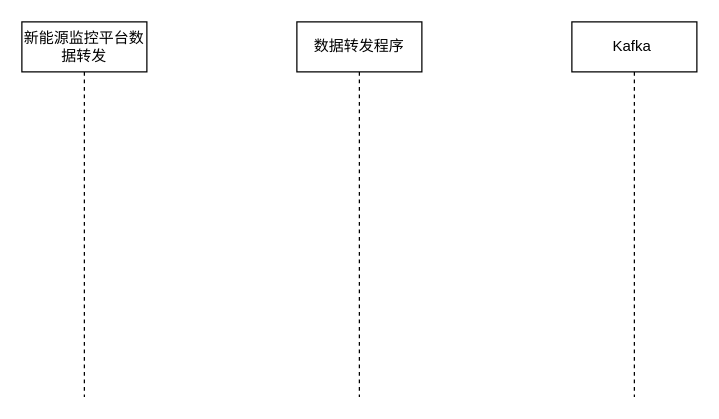
chenqian1995/log keeps this draw.io diagram as Untitled Diagram.drawio. Above is the earlier version. Source tidied: cells renumbered, new cells numbered last; positions are measured from the earlier drawing's top-left corner, leaving out a move shared by most shapes. Both pictures are drawn from the tidied source at 125%, with x=0, y=0 at pixel (21, 21).
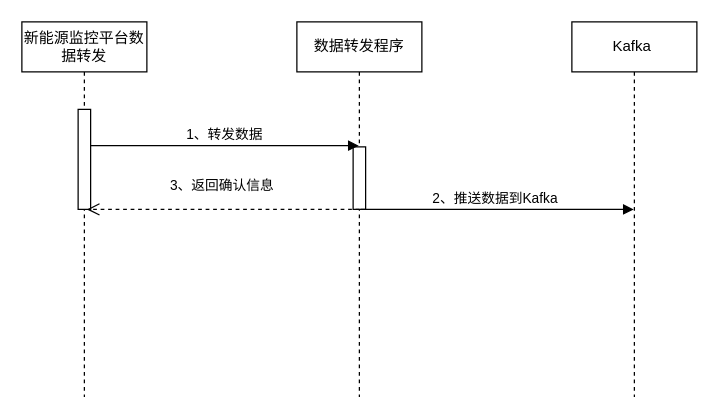
Above is the later version.

What changed in the source:
```diff
@@
 <mxGraphModel>
   <root>
     <mxCell id="0" />
     <mxCell id="1" parent="0" />
     <mxCell id="2" value="数据转发程序" style="shape=umlLifeline;perimeter=lifelinePerimeter;whiteSpace=wrap;html=1;outlineConnect=0;" parent="1" vertex="1">
       <mxGeometry x="220" width="100" height="300" as="geometry" />
     </mxCell>
+    <mxCell id="5" style="html=1;points=[];perimeter=orthogonalPerimeter;" parent="2" vertex="1">
+      <mxGeometry x="45" y="100" width="10" height="50" as="geometry" />
+    </mxCell>
     <mxCell id="3" value="新能源监控平台数据转发" style="shape=umlLifeline;perimeter=lifelinePerimeter;whiteSpace=wrap;html=1;" parent="1" vertex="1">
       <mxGeometry width="100" height="300" as="geometry" />
     </mxCell>
+    <mxCell id="6" style="html=1;points=[];perimeter=orthogonalPerimeter;" parent="3" vertex="1">
+      <mxGeometry x="45" y="70" width="10" height="80" as="geometry" />
+    </mxCell>
     <mxCell id="4" value="Kafka&amp;nbsp;" style="shape=umlLifeline;perimeter=lifelinePerimeter;whiteSpace=wrap;html=1;outlineConnect=0;" parent="1" vertex="1">
       <mxGeometry x="440" width="100" height="300" as="geometry" />
     </mxCell>
+    <mxCell id="7" value="1、转发数据" style="html=1;verticalAlign=bottom;endArrow=block;rounded=0;exitX=1;exitY=0.363;exitDx=0;exitDy=0;exitPerimeter=0;" parent="1" edge="1" source="6" target="2">
+      <mxGeometry relative="1" as="geometry" />
+    </mxCell>
+    <mxCell id="8" value="2、推送数据到Kafka&amp;nbsp;" style="html=1;verticalAlign=bottom;endArrow=block;rounded=0;exitX=0.6;exitY=1;exitDx=0;exitDy=0;exitPerimeter=0;" parent="1" edge="1" source="5" target="4">
+      <mxGeometry relative="1" as="geometry" />
+    </mxCell>
+    <mxCell id="9" value="3、返回确认信息" style="html=1;verticalAlign=bottom;endArrow=open;dashed=1;endSize=8;rounded=0;entryX=0.7;entryY=1;entryDx=0;entryDy=0;entryPerimeter=0;" parent="1" edge="1" target="6">
+      <mxGeometry x="0.01" y="-10" relative="1" as="geometry">
+        <mxPoint x="270" y="150" as="sourcePoint" />
+      </mxGeometry>
+    </mxCell>
   </root>
 </mxGraphModel>
```
